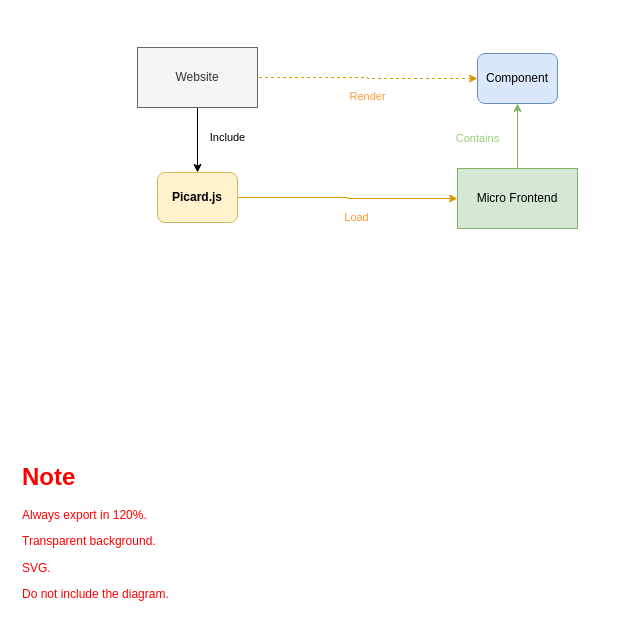
Above: page "orchestrator" (1 of 10) of data/diagrams.drawio in picardjs/docs (draw.io), before the change. Source tidied: cells renumbered, new cells numbered last; positions are measured from the earlier drawing's top-left corner, leaving out a move shared by most shapes. Both pictures are drawn from the tidied source at 100%, with x=0, y=0 at pixel (17, 17).
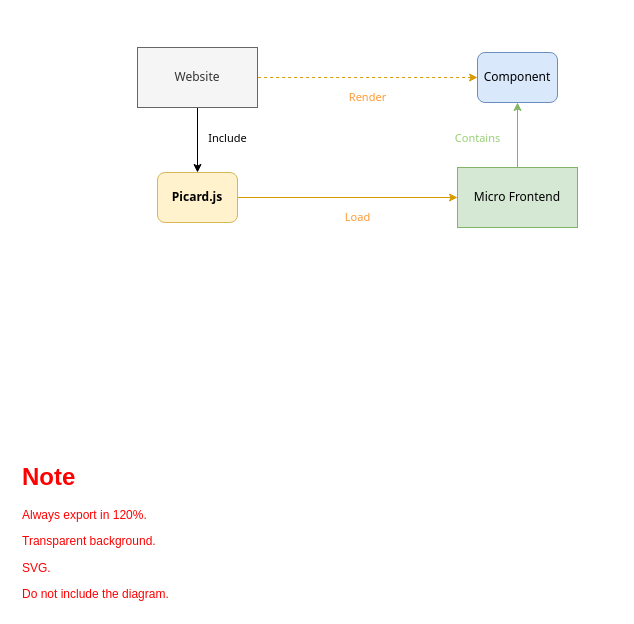
The same page after the edit.

Change to the diagram source:
```diff
@@
 <mxGraphModel>
   <root>
     <mxCell id="0" />
     <mxCell id="1" parent="0" />
-    <mxCell id="2" style="rounded=1;whiteSpace=wrap;html=1;strokeColor=none;fillColor=#FFFFFF;opacity=30;arcSize=8;fontFamily=Bahnschrift;" parent="1" vertex="1">
+    <mxCell id="2" style="rounded=1;whiteSpace=wrap;html=1;strokeColor=none;fillColor=#FFFFFF;opacity=30;arcSize=8;fontFamily=Tahoma;" parent="1" vertex="1">
       <mxGeometry x="80" width="520" height="240" as="geometry" />
     </mxCell>
-    <mxCell id="3" value="Include" style="edgeStyle=orthogonalEdgeStyle;rounded=0;jettySize=auto;html=1;exitX=0.5;exitY=1;exitDx=0;exitDy=0;entryX=0.5;entryY=0;entryDx=0;entryDy=0;fontFamily=Bahnschrift;labelBackgroundColor=none;" parent="1" edge="1" source="4" target="10">
+    <mxCell id="3" value="Include" style="edgeStyle=orthogonalEdgeStyle;rounded=0;jettySize=auto;html=1;exitX=0.5;exitY=1;exitDx=0;exitDy=0;entryX=0.5;entryY=0;entryDx=0;entryDy=0;fontFamily=Tahoma;labelBackgroundColor=none;" parent="1" edge="1" source="4" target="10">
       <mxGeometry x="-0.08" y="30" relative="1" as="geometry" />
     </mxCell>
-    <mxCell id="4" value="Website" style="rounded=0;whiteSpace=wrap;html=1;fillColor=#f5f5f5;fontColor=#333333;strokeColor=#666666;fontFamily=Bahnschrift;" parent="1" vertex="1">
+    <mxCell id="4" value="Website" style="rounded=0;whiteSpace=wrap;html=1;fillColor=#f5f5f5;fontColor=#333333;strokeColor=#666666;fontFamily=Tahoma;" parent="1" vertex="1">
       <mxGeometry x="120" y="30" width="120" height="60" as="geometry" />
     </mxCell>
-    <mxCell id="5" value="Contains" style="edgeStyle=orthogonalEdgeStyle;rounded=0;jettySize=auto;html=1;exitX=0.5;exitY=0;exitDx=0;exitDy=0;fillColor=#d5e8d4;strokeColor=#82b366;fontFamily=Bahnschrift;labelBackgroundColor=none;fontColor=#97D077;" parent="1" edge="1" source="6" target="8">
+    <mxCell id="5" value="Contains" style="edgeStyle=orthogonalEdgeStyle;rounded=0;jettySize=auto;html=1;exitX=0.5;exitY=0;exitDx=0;exitDy=0;fillColor=#d5e8d4;strokeColor=#82b366;fontFamily=Tahoma;labelBackgroundColor=none;fontColor=#97D077;" parent="1" edge="1" source="6" target="8">
       <mxGeometry x="-0.08" y="40" relative="1" as="geometry" />
     </mxCell>
-    <mxCell id="6" value="Micro Frontend" style="rounded=0;whiteSpace=wrap;html=1;fillColor=#d5e8d4;strokeColor=#82b366;fontFamily=Bahnschrift;" parent="1" vertex="1">
-      <mxGeometry x="440" y="151" width="120" height="60" as="geometry" />
+    <mxCell id="6" value="Micro Frontend" style="rounded=0;whiteSpace=wrap;html=1;fillColor=#d5e8d4;strokeColor=#82b366;fontFamily=Tahoma;" parent="1" vertex="1">
+      <mxGeometry x="440" y="150" width="120" height="60" as="geometry" />
     </mxCell>
-    <mxCell id="7" value="Render" style="edgeStyle=orthogonalEdgeStyle;rounded=0;jettySize=auto;html=1;exitX=0;exitY=0.5;exitDx=0;exitDy=0;entryX=1;entryY=0.5;entryDx=0;entryDy=0;fillColor=#ffe6cc;strokeColor=#d79b00;dashed=1;fontFamily=Bahnschrift;labelBackgroundColor=none;fontColor=#FF9933;endArrow=none;endFill=0;startArrow=classic;startFill=1;" parent="1" edge="1" source="8" target="4">
+    <mxCell id="7" value="Render" style="edgeStyle=orthogonalEdgeStyle;rounded=0;jettySize=auto;html=1;exitX=0;exitY=0.5;exitDx=0;exitDy=0;entryX=1;entryY=0.5;entryDx=0;entryDy=0;fillColor=#ffe6cc;strokeColor=#d79b00;dashed=1;fontFamily=Tahoma;labelBackgroundColor=none;fontColor=#FF9933;endArrow=none;endFill=0;startArrow=classic;startFill=1;" parent="1" edge="1" source="8" target="4">
       <mxGeometry y="-19" relative="1" as="geometry">
         <mxPoint y="38" as="offset" />
       </mxGeometry>
     </mxCell>
-    <mxCell id="8" value="Component" style="rounded=1;whiteSpace=wrap;html=1;fillColor=#dae8fc;strokeColor=#6c8ebf;fontFamily=Bahnschrift;" parent="1" vertex="1">
-      <mxGeometry x="460" y="36" width="80" height="50" as="geometry" />
+    <mxCell id="8" value="Component" style="rounded=1;whiteSpace=wrap;html=1;fillColor=#dae8fc;strokeColor=#6c8ebf;fontFamily=Tahoma;" parent="1" vertex="1">
+      <mxGeometry x="460" y="35" width="80" height="50" as="geometry" />
     </mxCell>
-    <mxCell id="9" value="Load" style="edgeStyle=orthogonalEdgeStyle;rounded=0;jettySize=auto;html=1;exitX=1;exitY=0.5;exitDx=0;exitDy=0;fillColor=#ffe6cc;strokeColor=#d79b00;fontFamily=Bahnschrift;labelBackgroundColor=none;fontColor=#FF9933;" parent="1" edge="1" source="10" target="6">
+    <mxCell id="9" value="Load" style="edgeStyle=orthogonalEdgeStyle;rounded=0;jettySize=auto;html=1;exitX=1;exitY=0.5;exitDx=0;exitDy=0;fillColor=#ffe6cc;strokeColor=#d79b00;fontFamily=Tahoma;labelBackgroundColor=none;fontColor=#FF9933;" parent="1" edge="1" source="10" target="6">
       <mxGeometry x="0.09" y="-19" relative="1" as="geometry" />
     </mxCell>
-    <mxCell id="10" value="Picard.js" style="rounded=1;whiteSpace=wrap;html=1;fillColor=#fff2cc;strokeColor=#d6b656;fontStyle=1;fontFamily=Bahnschrift;" parent="1" vertex="1">
+    <mxCell id="10" value="Picard.js" style="rounded=1;whiteSpace=wrap;html=1;fillColor=#fff2cc;strokeColor=#d6b656;fontStyle=1;fontFamily=Tahoma;" parent="1" vertex="1">
       <mxGeometry x="140" y="155" width="80" height="50" as="geometry" />
     </mxCell>
     <mxCell id="11" value="&lt;h1&gt;Note&lt;/h1&gt;&lt;p&gt;Always export in 120%.&lt;/p&gt;&lt;p&gt;Transparent background.&lt;/p&gt;&lt;p&gt;SVG.&lt;/p&gt;&lt;p&gt;Do not include the diagram.&lt;/p&gt;" style="text;html=1;strokeColor=none;fillColor=none;spacing=5;spacingTop=-20;whiteSpace=wrap;overflow=hidden;rounded=0;fontFamily=Bahnschrift;fontColor=#FF0000;opacity=30;" parent="1" vertex="1">
       <mxGeometry y="440" width="230" height="150" as="geometry" />
     </mxCell>
   </root>
 </mxGraphModel>
```
